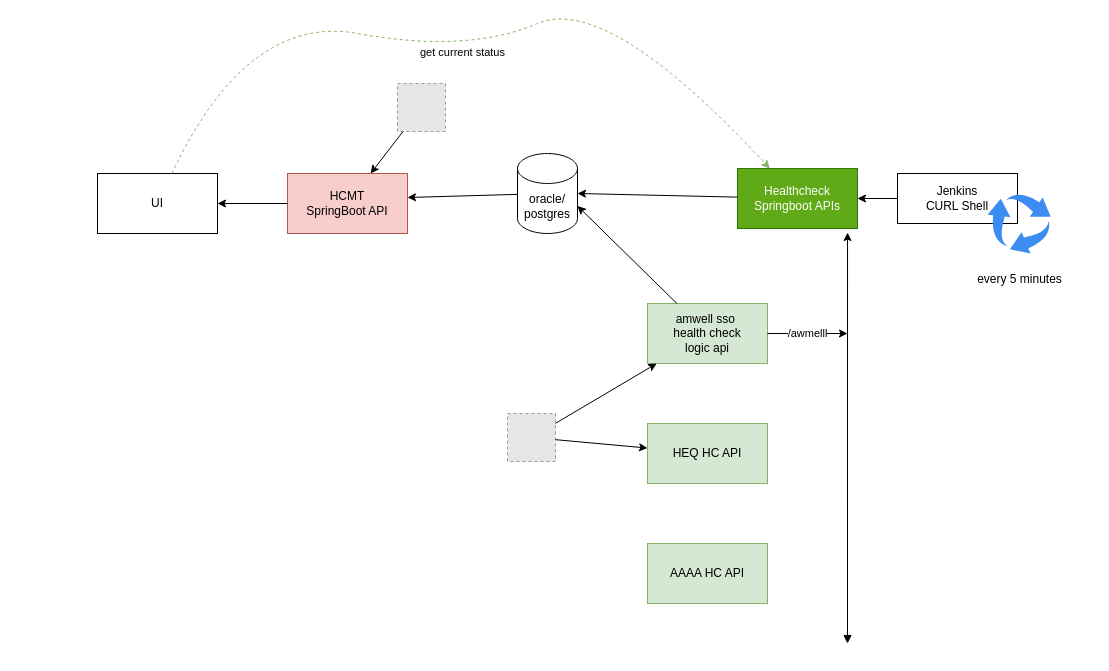
This is HCMT.drawio from sanjaipk/Application-Architecture, a draw.io file, before an edit. Source tidied: cells renumbered, new cells numbered last; positions are measured from the earlier drawing's top-left corner, leaving out a move shared by most shapes. Both pictures are drawn from the tidied source at 100%, with x=0, y=0 at pixel (97, -7). Pictures stored in the file or linked from it are replaced by grey dashed boxes.
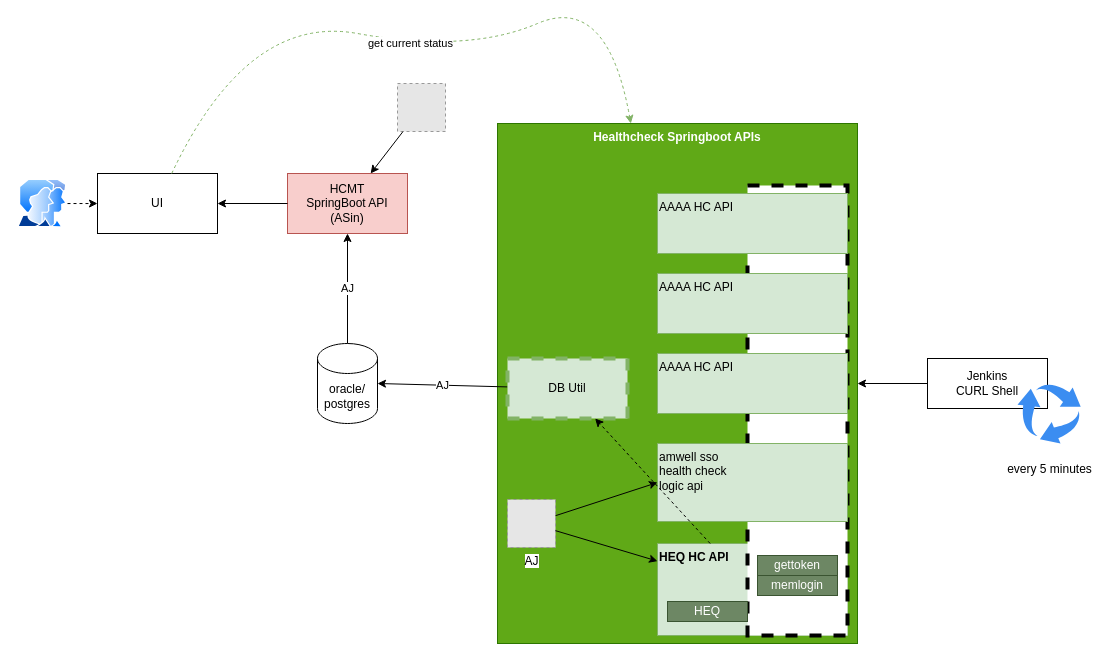
The same diagram, later.

The change refers to these unchanged cells:
```xml
<mxCell id="2" value="UI" style="rounded=0;whiteSpace=wrap;html=1;" parent="1" vertex="1">
  <mxGeometry y="180" width="120" height="60" as="geometry" />
</mxCell>
```

Diff of the diagram source:
```diff
@@
-    <mxCell id="3" value="HCMT&lt;br&gt;SpringBoot API" style="rounded=0;whiteSpace=wrap;html=1;fillColor=#f8cecc;strokeColor=#b85450;" parent="1" vertex="1">
+    <mxCell id="3" value="HCMT&lt;br&gt;SpringBoot API (ASin)" style="rounded=0;whiteSpace=wrap;html=1;fillColor=#f8cecc;strokeColor=#b85450;" parent="1" vertex="1">
       <mxGeometry x="190" y="180" width="120" height="60" as="geometry" />
     </mxCell>
-    <mxCell id="4" value="Healthcheck Springboot APIs" style="rounded=0;whiteSpace=wrap;html=1;fillColor=#60a917;strokeColor=#2D7600;fontColor=#ffffff;" parent="1" vertex="1">
-      <mxGeometry x="640" y="175" width="120" height="60" as="geometry" />
+    <mxCell id="4" value="Healthcheck Springboot APIs" style="rounded=0;whiteSpace=wrap;html=1;fillColor=#60a917;strokeColor=#2D7600;fontColor=#ffffff;verticalAlign=top;fontStyle=1;" parent="1" vertex="1">
+      <mxGeometry x="400" y="130" width="360" height="520" as="geometry" />
     </mxCell>
     <mxCell id="5" value="oracle/&lt;br&gt;postgres" style="shape=cylinder3;whiteSpace=wrap;html=1;boundedLbl=1;backgroundOutline=1;size=15;" parent="1" vertex="1">
-      <mxGeometry x="420" y="160" width="60" height="80" as="geometry" />
+      <mxGeometry x="220" y="350" width="60" height="80" as="geometry" />
     </mxCell>
-    <mxCell id="6" value="amwell sso&amp;nbsp;&lt;br&gt;health check&lt;br&gt;logic api" style="rounded=0;whiteSpace=wrap;html=1;fillColor=#d5e8d4;strokeColor=#82b366;" parent="1" vertex="1">
-      <mxGeometry x="550" y="310" width="120" height="60" as="geometry" />
-    </mxCell>
-    <mxCell id="7" value="HEQ HC API" style="rounded=0;whiteSpace=wrap;html=1;fillColor=#d5e8d4;strokeColor=#82b366;" parent="1" vertex="1">
-      <mxGeometry x="550" y="430" width="120" height="60" as="geometry" />
+    <mxCell id="7" value="HEQ HC API" style="rounded=0;whiteSpace=wrap;html=1;fillColor=#d5e8d4;strokeColor=#82b366;verticalAlign=top;align=left;fontStyle=1;" parent="1" vertex="1">
+      <mxGeometry x="560" y="550" width="190" height="92" as="geometry" />
     </mxCell>
-    <mxCell id="8" value="AAAA HC API" style="rounded=0;whiteSpace=wrap;html=1;fillColor=#d5e8d4;strokeColor=#82b366;" parent="1" vertex="1">
-      <mxGeometry x="550" y="550" width="120" height="60" as="geometry" />
-    </mxCell>
-    <mxCell id="9" style="endArrow=classic;html=1;rounded=0;entryX=0.917;entryY=1.067;entryDx=0;entryDy=0;entryPerimeter=0;startArrow=block;startFill=1;" parent="1" edge="1" target="4">
-      <mxGeometry relative="1" as="geometry">
-        <mxPoint x="750" y="650" as="sourcePoint" />
-      </mxGeometry>
-    </mxCell>
-    <mxCell id="10" style="endArrow=classic;html=1;rounded=0;entryX=1;entryY=0;entryDx=0;entryDy=52.5;entryPerimeter=0;" parent="1" edge="1" source="6" target="5">
-      <mxGeometry relative="1" as="geometry" />
-    </mxCell>
     <mxCell id="11" value="Jenkins&lt;br&gt;CURL Shell" style="rounded=0;whiteSpace=wrap;html=1;" parent="1" vertex="1">
-      <mxGeometry x="800" y="180" width="120" height="50" as="geometry" />
+      <mxGeometry x="830" y="365" width="120" height="50" as="geometry" />
     </mxCell>
     <mxCell id="12" value="&lt;br&gt;&lt;br&gt;&lt;br&gt;&lt;br&gt;&lt;br&gt;every 5 minutes" style="sketch=0;html=1;strokeColor=none;shadow=0;align=center;verticalAlign=top;fillColor=#3B8DF1;shape=mxgraph.gcp2.arrow_cycle;" parent="1" vertex="1">
-      <mxGeometry x="890" y="200" width="63.2" height="60" as="geometry" />
+      <mxGeometry x="920" y="390" width="63.2" height="60" as="geometry" />
     </mxCell>
@@
-    <mxCell id="15" style="fillColor=#E6E6E6;strokeColor=#999999;dashed=1;html=1;verticalAlign=top;verticalLabelPosition=bottom;labelBackgroundColor=#ffffff;" parent="1" vertex="1">
-      <mxGeometry x="410" y="420" width="48" height="48" as="geometry" />
+    <mxCell id="15" value="AJ" style="fillColor=#E6E6E6;strokeColor=#999999;dashed=1;html=1;verticalAlign=top;verticalLabelPosition=bottom;labelBackgroundColor=#ffffff;" parent="1" vertex="1">
+      <mxGeometry x="410" y="506" width="48" height="48" as="geometry" />
     </mxCell>
@@
-    <mxCell id="17" style="endArrow=classic;html=1;rounded=0;" parent="1" edge="1" source="15" target="6">
+    <mxCell id="17" style="endArrow=classic;html=1;rounded=0;entryX=0;entryY=0.5;entryDx=0;entryDy=0;" parent="1" edge="1" source="15" target="6">
       <mxGeometry relative="1" as="geometry" />
     </mxCell>
-    <mxCell id="18" value="/awmelll" style="endArrow=classic;html=1;rounded=0;" parent="1" edge="1" source="6">
-      <mxGeometry relative="1" as="geometry">
-        <mxPoint x="750" y="340" as="targetPoint" />
-      </mxGeometry>
-    </mxCell>
@@
+    <mxCell id="24" style="rounded=0;whiteSpace=wrap;html=1;dashed=1;strokeWidth=4;" parent="1" vertex="1">
+      <mxGeometry x="650" y="192" width="100" height="450" as="geometry" />
+    </mxCell>
-    <mxCell id="20" style="endArrow=classic;html=1;rounded=0;entryX=1;entryY=0.5;entryDx=0;entryDy=0;entryPerimeter=0;" parent="1" edge="1" source="4" target="5">
+    <mxCell id="20" value="AJ" style="endArrow=classic;html=1;rounded=0;entryX=1;entryY=0.5;entryDx=0;entryDy=0;entryPerimeter=0;" parent="1" edge="1" source="32" target="5">
       <mxGeometry relative="1" as="geometry" />
     </mxCell>
@@
-    <mxCell id="22" style="endArrow=classic;html=1;rounded=0;entryX=1;entryY=0.4;entryDx=0;entryDy=0;entryPerimeter=0;" parent="1" edge="1" source="5" target="3">
+    <mxCell id="22" value="AJ" style="endArrow=classic;html=1;rounded=0;" parent="1" edge="1" source="5" target="3">
       <mxGeometry relative="1" as="geometry" />
     </mxCell>
@@
+    <mxCell id="25" value="gettoken" style="rounded=0;whiteSpace=wrap;html=1;fillColor=#6d8764;fontColor=#ffffff;strokeColor=#3A5431;" parent="1" vertex="1">
+      <mxGeometry x="660" y="562" width="80" height="20" as="geometry" />
+    </mxCell>
+    <mxCell id="26" value="memlogin" style="rounded=0;whiteSpace=wrap;html=1;fillColor=#6d8764;fontColor=#ffffff;strokeColor=#3A5431;" parent="1" vertex="1">
+      <mxGeometry x="660" y="582" width="80" height="20" as="geometry" />
+    </mxCell>
+    <mxCell id="27" value="HEQ" style="rounded=0;whiteSpace=wrap;html=1;fillColor=#6d8764;fontColor=#ffffff;strokeColor=#3A5431;" parent="1" vertex="1">
+      <mxGeometry x="570" y="608" width="80" height="20" as="geometry" />
+    </mxCell>
+    <mxCell id="28" value="AAAA HC API" style="rounded=0;whiteSpace=wrap;html=1;fillColor=#d5e8d4;strokeColor=#82b366;verticalAlign=top;align=left;" parent="1" vertex="1">
+      <mxGeometry x="560" y="280" width="190" height="60" as="geometry" />
+    </mxCell>
+    <mxCell id="29" value="AAAA HC API" style="rounded=0;whiteSpace=wrap;html=1;fillColor=#d5e8d4;strokeColor=#82b366;verticalAlign=top;align=left;" parent="1" vertex="1">
+      <mxGeometry x="560" y="200" width="190" height="60" as="geometry" />
+    </mxCell>
+    <mxCell id="30" style="perimeter=ellipsePerimeter;html=1;align=center;shadow=0;dashed=0;spacingTop=3;image;image=img/lib/active_directory/user_accounts.svg;strokeWidth=4;fillColor=none;gradientColor=none;" parent="1" vertex="1">
+      <mxGeometry x="-80" y="185.8" width="50" height="48.5" as="geometry" />
+    </mxCell>
+    <mxCell id="31" style="endArrow=classic;html=1;rounded=0;dashed=1;" parent="1" edge="1" source="30" target="2">
+      <mxGeometry relative="1" as="geometry" />
+    </mxCell>
+    <mxCell id="8" value="AAAA HC API" style="rounded=0;whiteSpace=wrap;html=1;fillColor=#d5e8d4;strokeColor=#82b366;verticalAlign=top;align=left;" parent="1" vertex="1">
+      <mxGeometry x="560" y="360" width="190" height="60" as="geometry" />
+    </mxCell>
+    <mxCell id="6" value="amwell sso&amp;nbsp;&lt;br&gt;health check&lt;br&gt;logic api" style="rounded=0;whiteSpace=wrap;html=1;fillColor=#d5e8d4;strokeColor=#82b366;verticalAlign=top;align=left;" parent="1" vertex="1">
+      <mxGeometry x="560" y="450" width="190" height="78" as="geometry" />
+    </mxCell>
+    <mxCell id="32" value="DB Util" style="rounded=0;whiteSpace=wrap;html=1;dashed=1;strokeWidth=4;fillColor=#d5e8d4;strokeColor=#82b366;" parent="1" vertex="1">
+      <mxGeometry x="410" y="365" width="120" height="60" as="geometry" />
+    </mxCell>
+    <mxCell id="33" style="endArrow=classic;html=1;rounded=0;dashed=1;" parent="1" edge="1" source="7" target="32">
+      <mxGeometry relative="1" as="geometry" />
+    </mxCell>
```
